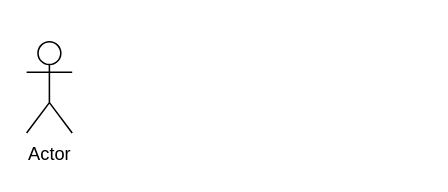
Jhonneg/FluxogramaRepo keeps this draw.io diagram as diagrama uml 2.drawio. Above is the earlier version. Source tidied: cells renumbered, new cells numbered last; positions are measured from the earlier drawing's top-left corner, leaving out a move shared by most shapes. Both pictures are drawn from the tidied source at 152%, with x=0, y=0 at pixel (26, 41).
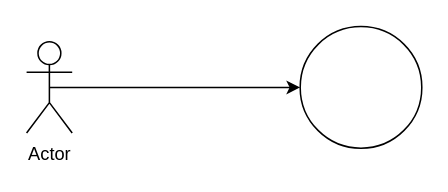
After the change.

What changed in the source:
```diff
@@
 <mxGraphModel>
   <root>
     <mxCell id="0" />
     <mxCell id="1" parent="0" />
+    <mxCell id="3" style="edgeStyle=orthogonalEdgeStyle;rounded=0;jettySize=auto;html=1;exitX=0.5;exitY=0.5;exitDx=0;exitDy=0;exitPerimeter=0;" parent="1" edge="1" source="2">
+      <mxGeometry relative="1" as="geometry">
+        <mxPoint x="180" y="30" as="targetPoint" />
+      </mxGeometry>
+    </mxCell>
     <mxCell id="2" value="Actor" style="shape=umlActor;verticalLabelPosition=bottom;verticalAlign=top;html=1;" parent="1" vertex="1">
       <mxGeometry width="30" height="60" as="geometry" />
     </mxCell>
+    <mxCell id="4" style="ellipse;whiteSpace=wrap;html=1;" parent="1" vertex="1">
+      <mxGeometry x="180" y="-10" width="80" height="80" as="geometry" />
+    </mxCell>
   </root>
 </mxGraphModel>
```
